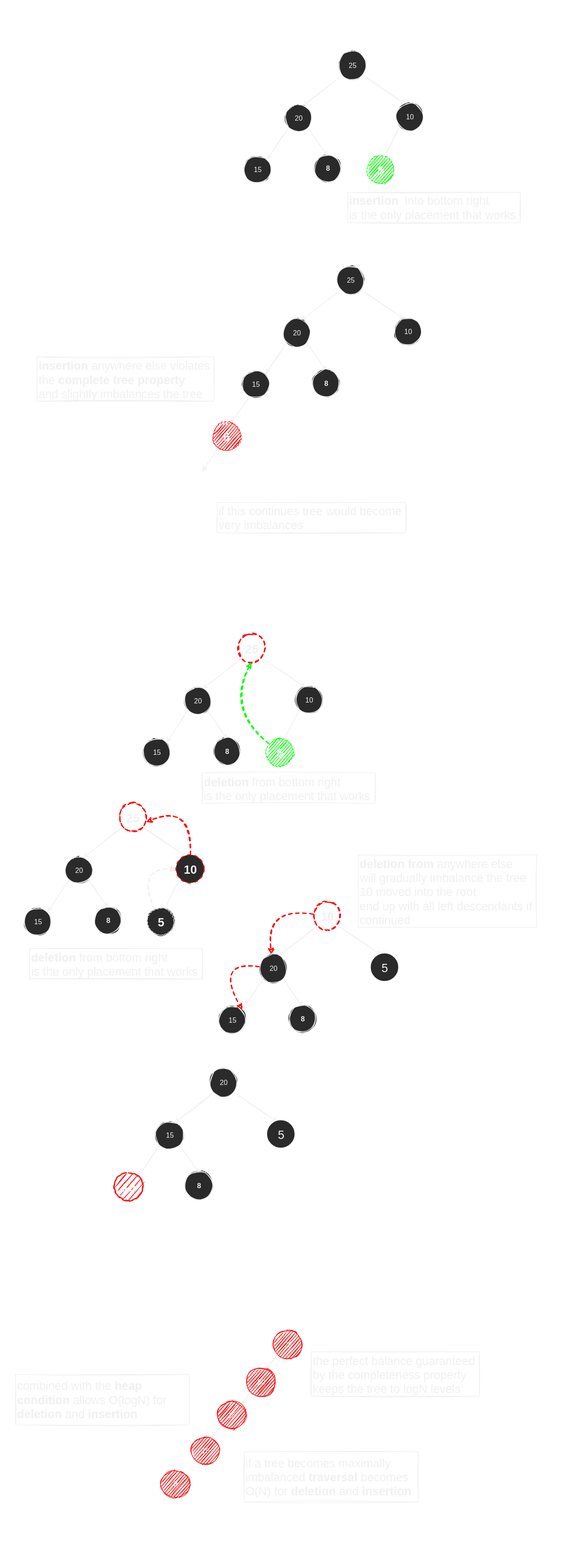
Above: reference/incomplete heap insertion deletion imbalance.svg in joe-granick/zettelkasten_2 (draw.io), before the change. Source tidied: cells renumbered, new cells last; positions are measured from the earlier drawing's top-left corner, leaving out a move shared by most shapes.
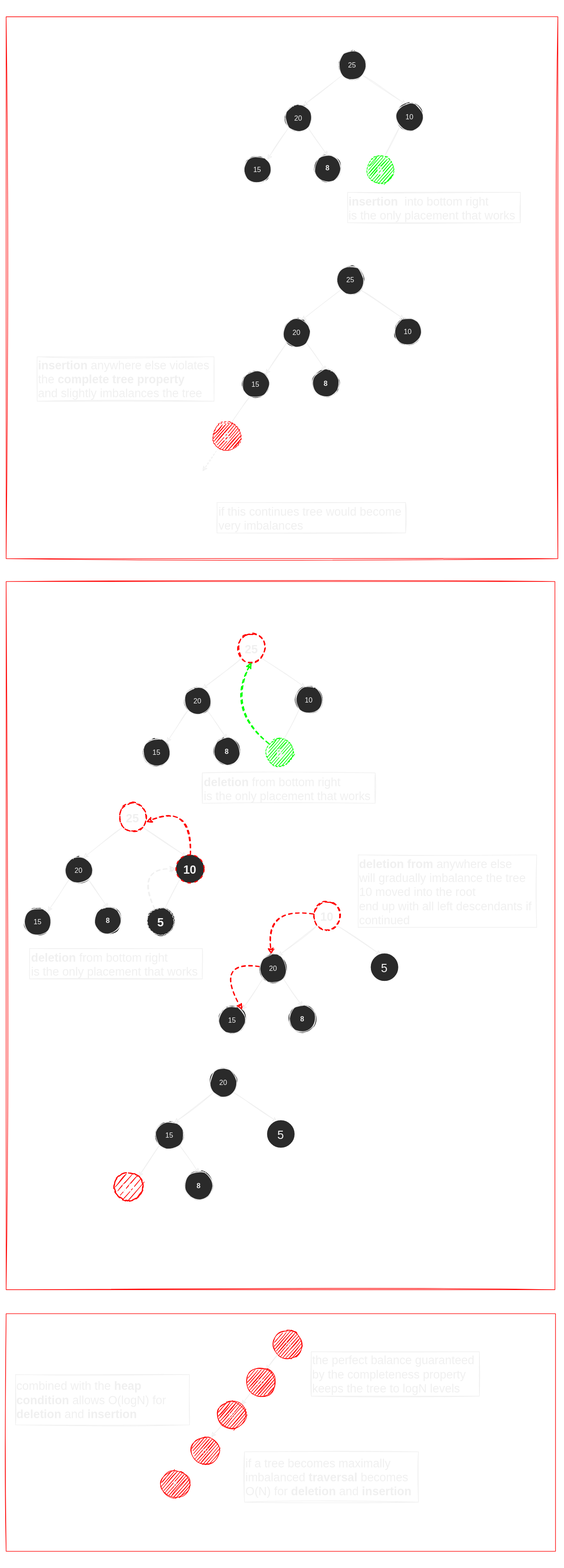
After the change.

Diff of the diagram source:
```diff
@@ -2,7 +2,7 @@
   <root>
     <mxCell id="0" />
     <mxCell id="1" parent="0" />
-    <mxCell id="2" style="rounded=0;whiteSpace=wrap;html=1;fillColor=none;strokeColor=#FFFFFF;" parent="1" vertex="1">
+    <mxCell id="2" style="rounded=0;whiteSpace=wrap;html=1;fillColor=none;strokeColor=#FF0000;" parent="1" vertex="1">
       <mxGeometry y="965" width="937" height="1210" as="geometry" />
     </mxCell>
     <mxCell id="3" style="edgeStyle=none;html=1;exitX=1;exitY=1;exitDx=0;exitDy=0;entryX=0.375;entryY=0.063;entryDx=0;entryDy=0;entryPerimeter=0;" parent="1" edge="1" source="4" target="9">
@@ -312,10 +312,10 @@
     <mxCell id="91" value="&lt;font color=&quot;#f0f0f0&quot; face=&quot;helvetica&quot;&gt;&lt;span style=&quot;font-size: 20px&quot;&gt;if a tree becomes maximally imbalanced &lt;b&gt;traversal&lt;/b&gt;&amp;nbsp;becomes O(N) for &lt;b&gt;deletion&lt;/b&gt;&amp;nbsp;and &lt;b&gt;insertion&lt;/b&gt;&lt;br&gt;&lt;/span&gt;&lt;/font&gt;" style="text;whiteSpace=wrap;html=1;fontSize=12;fontColor=#FF0000;strokeColor=#f0f0f0;strokeWidth=0;" parent="1" vertex="1">
       <mxGeometry x="407" y="2452" width="297" height="86" as="geometry" />
     </mxCell>
-    <mxCell id="92" style="rounded=0;whiteSpace=wrap;html=1;fillColor=none;strokeColor=#FFFFFF;" parent="1" vertex="1">
+    <mxCell id="92" style="rounded=0;whiteSpace=wrap;html=1;fillColor=none;strokeColor=#FF0000;" parent="1" vertex="1">
       <mxGeometry width="942" height="926" as="geometry" />
     </mxCell>
-    <mxCell id="93" style="rounded=0;whiteSpace=wrap;html=1;strokeColor=#FFFFFF;fillColor=none;" parent="1" vertex="1">
+    <mxCell id="93" style="rounded=0;whiteSpace=wrap;html=1;fillColor=none;strokeColor=#FF0000;" parent="1" vertex="1">
       <mxGeometry y="2216" width="938" height="406" as="geometry" />
     </mxCell>
   </root>
```
